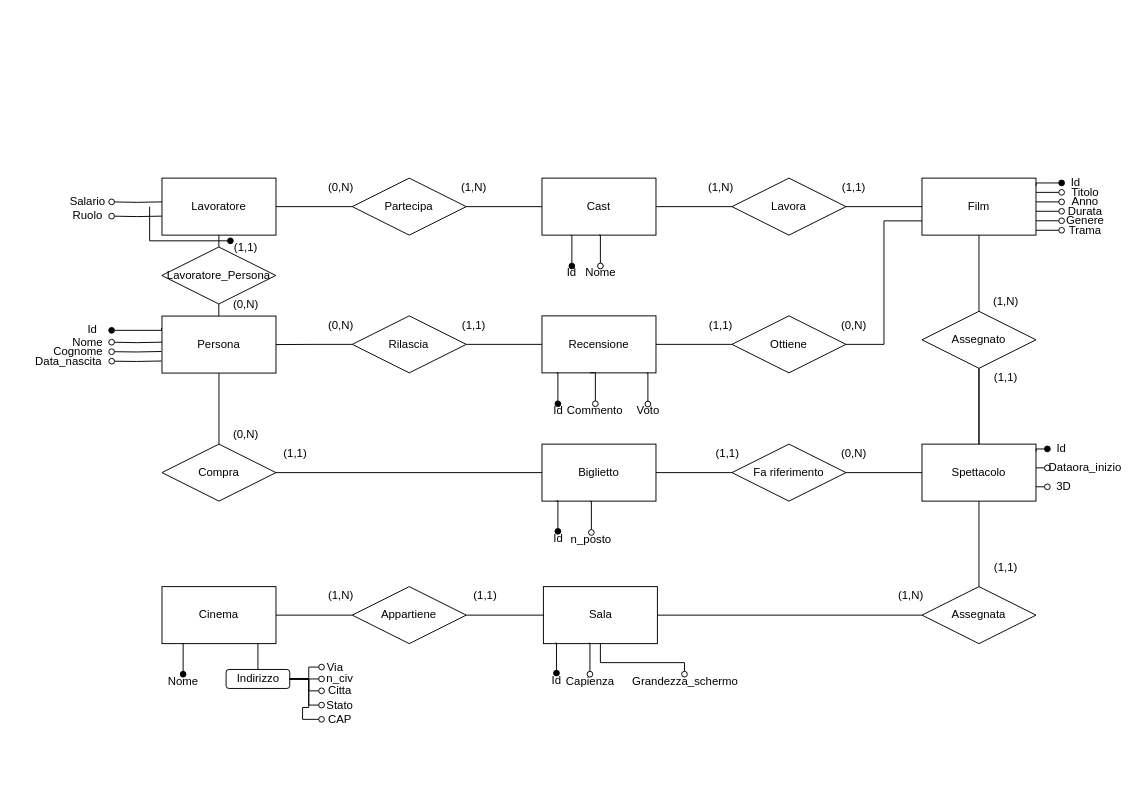
Before: SchemaER_Rev.drawio in ToldoDM/UDBP, a draw.io diagram. Source tidied: cells renumbered, new cells numbered last; positions are measured from the earlier drawing's top-left corner, leaving out a move shared by most shapes. Both pictures are drawn from the tidied source at 95%, with x=0, y=0 at pixel (16, 16).
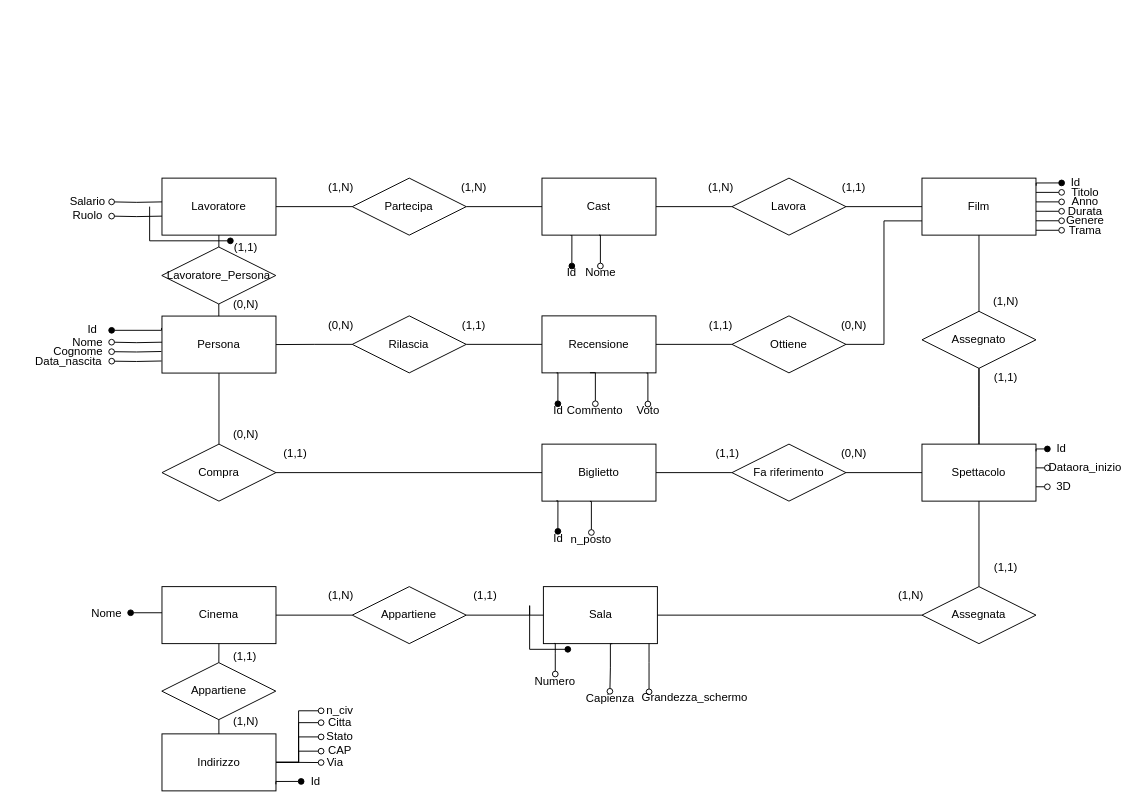
Above is the later version.

Commit message (it also covers changes not shown here):
Aggiornato schema er

The change refers to these unchanged cells:
```xml
<mxCell id="32" value="Sala" style="rounded=0;whiteSpace=wrap;html=1;" parent="1" vertex="1">
  <mxGeometry x="554.5" y="600" width="120" height="60" as="geometry" />
</mxCell>
<mxCell id="36" value="Cinema" style="rounded=0;whiteSpace=wrap;html=1;" parent="1" vertex="1">
  <mxGeometry x="153" y="600" width="120" height="60" as="geometry" />
</mxCell>
```

What changed in the source:
```diff
@@
-    <mxCell id="50" value="(0,N)" style="text;html=1;align=center;verticalAlign=middle;" parent="1" vertex="1">
+    <mxCell id="50" value="(1,N)" style="text;html=1;align=center;verticalAlign=middle;" parent="1" vertex="1">
       <mxGeometry x="320.5" y="170" width="40" height="20" as="geometry" />
     </mxCell>
@@
-    <mxCell id="93" style="edgeStyle=orthogonalEdgeStyle;rounded=0;jettySize=auto;html=1;exitX=0.25;exitY=1;exitDx=0;exitDy=0;endArrow=oval;endFill=1;entryX=0.5;entryY=0;entryDx=0;entryDy=0;" parent="1" edge="1" target="94">
+    <mxCell id="93" style="edgeStyle=orthogonalEdgeStyle;rounded=0;jettySize=auto;html=1;endArrow=oval;endFill=1;entryX=1;entryY=0.5;entryDx=0;entryDy=0;" parent="1" edge="1" source="36" target="94">
       <mxGeometry relative="1" as="geometry">
-        <mxPoint x="173.6" y="660" as="sourcePoint" />
         <Array as="points">
-          <mxPoint x="174.8" y="659.7" />
+          <mxPoint x="120" y="628" />
+          <mxPoint x="120" y="628" />
         </Array>
       </mxGeometry>
     </mxCell>
     <mxCell id="94" value="Nome" style="text;html=1;strokeColor=none;fillColor=none;align=center;verticalAlign=middle;whiteSpace=wrap;rounded=0;" parent="1" vertex="1">
-      <mxGeometry x="160" y="692.2" width="30.5" height="15" as="geometry" />
+      <mxGeometry x="70" y="620" width="50" height="15" as="geometry" />
     </mxCell>
-    <mxCell id="95" value="Indirizzo" style="rounded=1;whiteSpace=wrap;html=1;" parent="1" vertex="1">
-      <mxGeometry x="220.5" y="687.2" width="67" height="20" as="geometry" />
-    </mxCell>
-    <mxCell id="96" style="endArrow=none;html=1;entryX=0.5;entryY=0;entryDx=0;entryDy=0;" parent="1" edge="1" target="95">
-      <mxGeometry relative="1" as="geometry">
-        <mxPoint x="254" y="660" as="sourcePoint" />
-      </mxGeometry>
-    </mxCell>
     <mxCell id="97" value="Via" style="text;html=1;strokeColor=none;fillColor=none;align=center;verticalAlign=middle;whiteSpace=wrap;rounded=0;" parent="1" vertex="1">
-      <mxGeometry x="321" y="677.2" width="29" height="15" as="geometry" />
+      <mxGeometry x="320.5" y="777.7" width="29" height="15" as="geometry" />
     </mxCell>
@@
     <mxCell id="99" value="n_civ" style="text;html=1;strokeColor=none;fillColor=none;align=center;verticalAlign=middle;whiteSpace=wrap;rounded=0;" parent="1" vertex="1">
-      <mxGeometry x="321" y="689.7" width="39" height="15" as="geometry" />
+      <mxGeometry x="320.5" y="723.2" width="39" height="15" as="geometry" />
     </mxCell>
@@
     <mxCell id="101" value="Citta" style="text;html=1;strokeColor=none;fillColor=none;align=center;verticalAlign=middle;whiteSpace=wrap;rounded=0;" parent="1" vertex="1">
-      <mxGeometry x="321" y="702.2" width="39" height="15" as="geometry" />
+      <mxGeometry x="320.5" y="735.7" width="39" height="15" as="geometry" />
     </mxCell>
@@
     <mxCell id="103" value="Stato" style="text;html=1;strokeColor=none;fillColor=none;align=center;verticalAlign=middle;whiteSpace=wrap;rounded=0;" parent="1" vertex="1">
-      <mxGeometry x="321" y="717.2" width="39" height="15" as="geometry" />
+      <mxGeometry x="320.5" y="750.7" width="39" height="15" as="geometry" />
     </mxCell>
@@
     <mxCell id="105" value="CAP" style="text;html=1;strokeColor=none;fillColor=none;align=center;verticalAlign=middle;whiteSpace=wrap;rounded=0;" parent="1" vertex="1">
-      <mxGeometry x="321" y="732.2" width="39" height="15" as="geometry" />
+      <mxGeometry x="320.5" y="765.7" width="39" height="15" as="geometry" />
     </mxCell>
@@
-    <mxCell id="113" style="edgeStyle=orthogonalEdgeStyle;rounded=0;jettySize=auto;html=1;exitX=0.25;exitY=1;exitDx=0;exitDy=0;endArrow=oval;endFill=1;entryX=0.5;entryY=0;entryDx=0;entryDy=0;" parent="1" edge="1" target="114">
-      <mxGeometry relative="1" as="geometry">
-        <mxPoint x="566.9" y="659.4" as="sourcePoint" />
-        <Array as="points">
-          <mxPoint x="567.8" y="658.5" />
-        </Array>
-      </mxGeometry>
-    </mxCell>
-    <mxCell id="114" value="Id" style="text;html=1;strokeColor=none;fillColor=none;align=center;verticalAlign=middle;whiteSpace=wrap;rounded=0;" parent="1" vertex="1">
-      <mxGeometry x="553" y="691" width="30.5" height="15" as="geometry" />
+    <mxCell id="114" value="Numero" style="text;html=1;strokeColor=none;fillColor=none;align=center;verticalAlign=middle;whiteSpace=wrap;rounded=0;" parent="1" vertex="1">
+      <mxGeometry x="540" y="692" width="54" height="15" as="geometry" />
     </mxCell>
     <mxCell id="115" style="edgeStyle=orthogonalEdgeStyle;rounded=0;jettySize=auto;html=1;exitX=0.5;exitY=1;exitDx=0;exitDy=0;endArrow=oval;endFill=0;entryX=0.5;entryY=0;entryDx=0;entryDy=0;" parent="1" edge="1" target="116">
       <mxGeometry relative="1" as="geometry">
-        <mxPoint x="602" y="659.6" as="sourcePoint" />
+        <mxPoint x="627" y="660.1" as="sourcePoint" />
+        <Array as="points">
+          <mxPoint x="625" y="659.5" />
+          <mxPoint x="625" y="685.5" />
+        </Array>
       </mxGeometry>
     </mxCell>
     <mxCell id="116" value="Capienza" style="text;html=1;strokeColor=none;fillColor=none;align=center;verticalAlign=middle;whiteSpace=wrap;rounded=0;" parent="1" vertex="1">
-      <mxGeometry x="578.5" y="692.2" width="50" height="15" as="geometry" />
+      <mxGeometry x="599.5" y="710.2" width="50" height="15" as="geometry" />
     </mxCell>
-    <mxCell id="117" style="edgeStyle=orthogonalEdgeStyle;rounded=0;jettySize=auto;html=1;endArrow=oval;endFill=0;" parent="1" edge="1" source="32" target="118">
+    <mxCell id="117" style="edgeStyle=orthogonalEdgeStyle;rounded=0;jettySize=auto;html=1;endArrow=oval;endFill=0;entryX=0.129;entryY=0.071;entryDx=0;entryDy=0;entryPerimeter=0;" parent="1" edge="1" source="32" target="118">
       <mxGeometry relative="1" as="geometry">
         <Array as="points">
-          <mxPoint x="614" y="680" />
-          <mxPoint x="703" y="680" />
+          <mxPoint x="666" y="680" />
         </Array>
       </mxGeometry>
     </mxCell>
     <mxCell id="118" value="Grandezza_schermo" style="text;html=1;strokeColor=none;fillColor=none;align=center;verticalAlign=middle;whiteSpace=wrap;rounded=0;" parent="1" vertex="1">
-      <mxGeometry x="638.5" y="692.2" width="129.5" height="15" as="geometry" />
+      <mxGeometry x="649" y="709.7" width="129.5" height="15" as="geometry" />
     </mxCell>
@@
+    <mxCell id="128" style="edgeStyle=orthogonalEdgeStyle;rounded=0;orthogonalLoop=1;jettySize=auto;html=1;endArrow=oval;endFill=1;" parent="1" edge="1">
+      <mxGeometry relative="1" as="geometry">
+        <mxPoint x="540" y="630" as="sourcePoint" />
+        <mxPoint x="580.2" y="666" as="targetPoint" />
+        <Array as="points">
+          <mxPoint x="540" y="620" />
+          <mxPoint x="540" y="666" />
+        </Array>
+      </mxGeometry>
+    </mxCell>
+    <mxCell id="129" style="edgeStyle=orthogonalEdgeStyle;rounded=0;jettySize=auto;html=1;exitX=0.5;exitY=1;exitDx=0;exitDy=0;endArrow=oval;endFill=0;" parent="1" edge="1" target="114">
+      <mxGeometry relative="1" as="geometry">
+        <mxPoint x="566" y="659.8" as="sourcePoint" />
+        <Array as="points">
+          <mxPoint x="567" y="670" />
+          <mxPoint x="567" y="670" />
+        </Array>
+      </mxGeometry>
+    </mxCell>
+    <mxCell id="95" value="Indirizzo" style="rounded=0;whiteSpace=wrap;html=1;" parent="1" vertex="1">
+      <mxGeometry x="153" y="755" width="120" height="60" as="geometry" />
+    </mxCell>
+    <mxCell id="130" value="Appartiene" style="rhombus;whiteSpace=wrap;html=1;" parent="1" vertex="1">
+      <mxGeometry x="152.8" y="680" width="120" height="60" as="geometry" />
+    </mxCell>
+    <mxCell id="131" style="endArrow=none;html=1;" parent="1" edge="1" source="130" target="95">
+      <mxGeometry relative="1" as="geometry" />
+    </mxCell>
+    <mxCell id="132" style="endArrow=none;html=1;" parent="1" edge="1" source="130" target="36">
+      <mxGeometry relative="1" as="geometry" />
+    </mxCell>
+    <mxCell id="133" value="(1,1)" style="text;html=1;align=center;verticalAlign=middle;" parent="1" vertex="1">
+      <mxGeometry x="220.3" y="663.5" width="40" height="20" as="geometry" />
+    </mxCell>
+    <mxCell id="134" value="(1,N)" style="text;html=1;align=center;verticalAlign=middle;" parent="1" vertex="1">
+      <mxGeometry x="220.5" y="732" width="40" height="20" as="geometry" />
+    </mxCell>
+    <mxCell id="135" style="edgeStyle=orthogonalEdgeStyle;rounded=0;jettySize=auto;html=1;endArrow=oval;endFill=1;exitX=1.002;exitY=0.133;exitDx=0;exitDy=0;exitPerimeter=0;entryX=0;entryY=0.5;entryDx=0;entryDy=0;" parent="1" edge="1" target="136">
+      <mxGeometry relative="1" as="geometry">
+        <mxPoint x="272.9" y="808.1" as="sourcePoint" />
+        <Array as="points">
+          <mxPoint x="272.5" y="805" />
+        </Array>
+      </mxGeometry>
+    </mxCell>
+    <mxCell id="136" value="Id" style="text;html=1;strokeColor=none;fillColor=none;align=center;verticalAlign=middle;whiteSpace=wrap;rounded=0;" parent="1" vertex="1">
+      <mxGeometry x="299.5" y="800" width="30" height="10.1" as="geometry" />
+    </mxCell>
```
